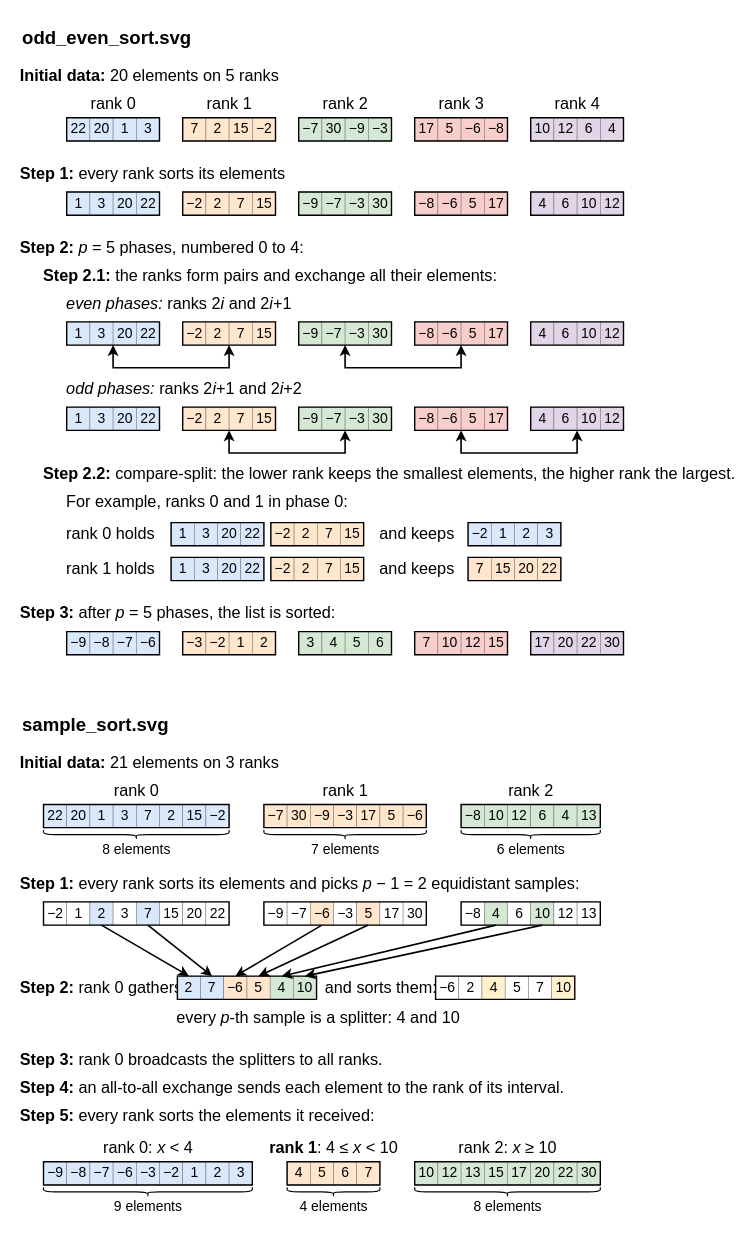
Before: assets/distributed-sort/distributed-sort.drawio in brunomaga/brunomaga.github.io, a draw.io diagram. Source tidied: cells renumbered, new cells numbered last; positions are measured from the earlier drawing's top-left corner, leaving out a move shared by most shapes. Both pictures are drawn from the tidied source at 116%, with x=0, y=0 at pixel (20, 20).
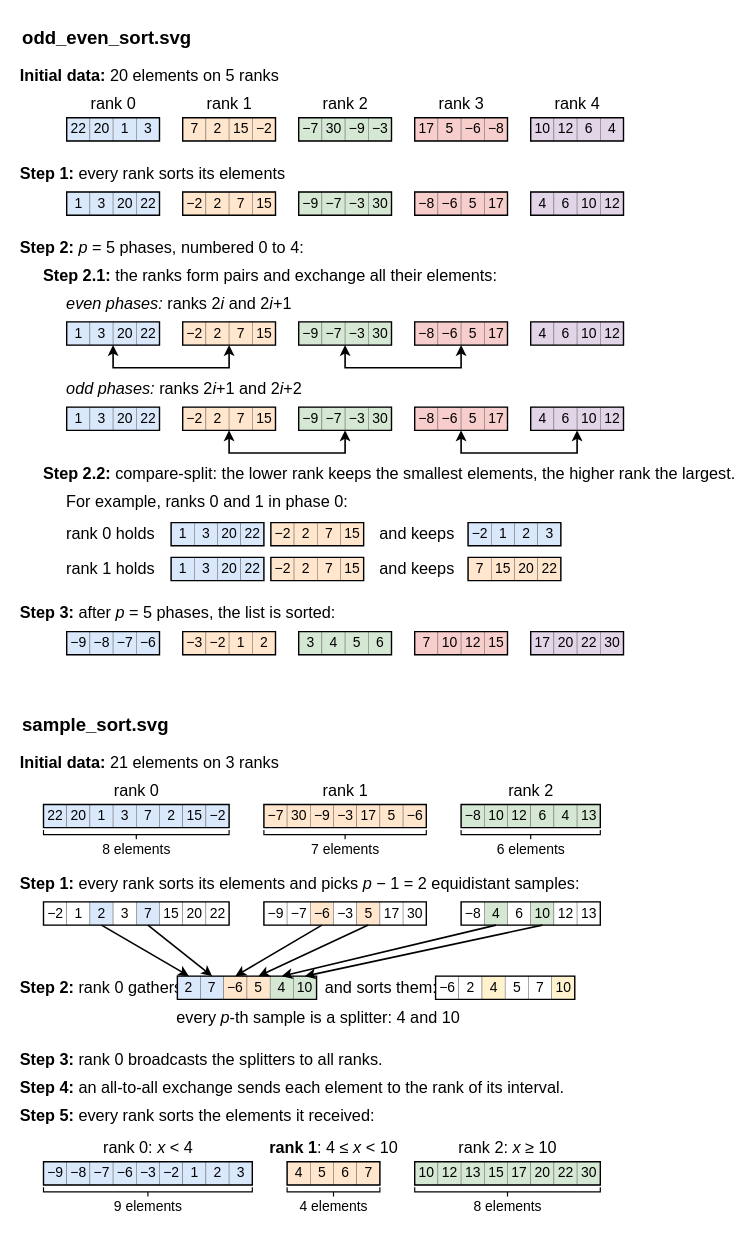
The same diagram, later.

Unchanged cells that the change refers to:
```xml
<mxCell id="182" style="group;fontFamily=Source Sans 3;" parent="1" vertex="1">
  <mxGeometry y="632" width="500" height="398.4" as="geometry" />
</mxCell>
```

Diff of the diagram source:
```diff
@@
-    <mxCell id="208" style="shape=curlyBracket;rounded=1;size=0.5;fillColor=none;strokeColor=#000000;strokeWidth=1.0;html=1;direction=north;fontFamily=Source Sans 3;" parent="182" vertex="1">
+    <mxCell id="208" style="shape=curlyBracket;rounded=0;size=0.5;fillColor=none;strokeColor=#000000;strokeWidth=1.0;html=1;direction=north;fontFamily=Source Sans 3;" parent="182" vertex="1">
       <mxGeometry x="20" y="66" width="160" height="8" as="geometry" />
     </mxCell>
@@
-    <mxCell id="210" style="shape=curlyBracket;rounded=1;size=0.5;fillColor=none;strokeColor=#000000;strokeWidth=1.0;html=1;direction=north;fontFamily=Source Sans 3;" parent="182" vertex="1">
+    <mxCell id="210" style="shape=curlyBracket;rounded=0;size=0.5;fillColor=none;strokeColor=#000000;strokeWidth=1.0;html=1;direction=north;fontFamily=Source Sans 3;" parent="182" vertex="1">
       <mxGeometry x="210" y="66" width="140" height="8" as="geometry" />
     </mxCell>
@@
-    <mxCell id="212" style="shape=curlyBracket;rounded=1;size=0.5;fillColor=none;strokeColor=#000000;strokeWidth=1.0;html=1;direction=north;fontFamily=Source Sans 3;" parent="182" vertex="1">
+    <mxCell id="212" style="shape=curlyBracket;rounded=0;size=0.5;fillColor=none;strokeColor=#000000;strokeWidth=1.0;html=1;direction=north;fontFamily=Source Sans 3;" parent="182" vertex="1">
       <mxGeometry x="380" y="66" width="120" height="8" as="geometry" />
     </mxCell>
@@
-    <mxCell id="295" style="shape=curlyBracket;rounded=1;size=0.5;fillColor=none;strokeColor=#000000;strokeWidth=1.0;html=1;direction=north;fontFamily=Source Sans 3;" parent="182" vertex="1">
+    <mxCell id="295" style="shape=curlyBracket;rounded=0;size=0.5;fillColor=none;strokeColor=#000000;strokeWidth=1.0;html=1;direction=north;fontFamily=Source Sans 3;" parent="182" vertex="1">
       <mxGeometry x="20" y="374" width="180" height="8" as="geometry" />
     </mxCell>
@@
-    <mxCell id="297" style="shape=curlyBracket;rounded=1;size=0.5;fillColor=none;strokeColor=#000000;strokeWidth=1.0;html=1;direction=north;fontFamily=Source Sans 3;" parent="182" vertex="1">
+    <mxCell id="297" style="shape=curlyBracket;rounded=0;size=0.5;fillColor=none;strokeColor=#000000;strokeWidth=1.0;html=1;direction=north;fontFamily=Source Sans 3;" parent="182" vertex="1">
       <mxGeometry x="230" y="374" width="80" height="8" as="geometry" />
     </mxCell>
@@
-    <mxCell id="299" style="shape=curlyBracket;rounded=1;size=0.5;fillColor=none;strokeColor=#000000;strokeWidth=1.0;html=1;direction=north;fontFamily=Source Sans 3;" parent="182" vertex="1">
+    <mxCell id="299" style="shape=curlyBracket;rounded=0;size=0.5;fillColor=none;strokeColor=#000000;strokeWidth=1.0;html=1;direction=north;fontFamily=Source Sans 3;" parent="182" vertex="1">
       <mxGeometry x="340" y="374" width="160" height="8" as="geometry" />
     </mxCell>
```
